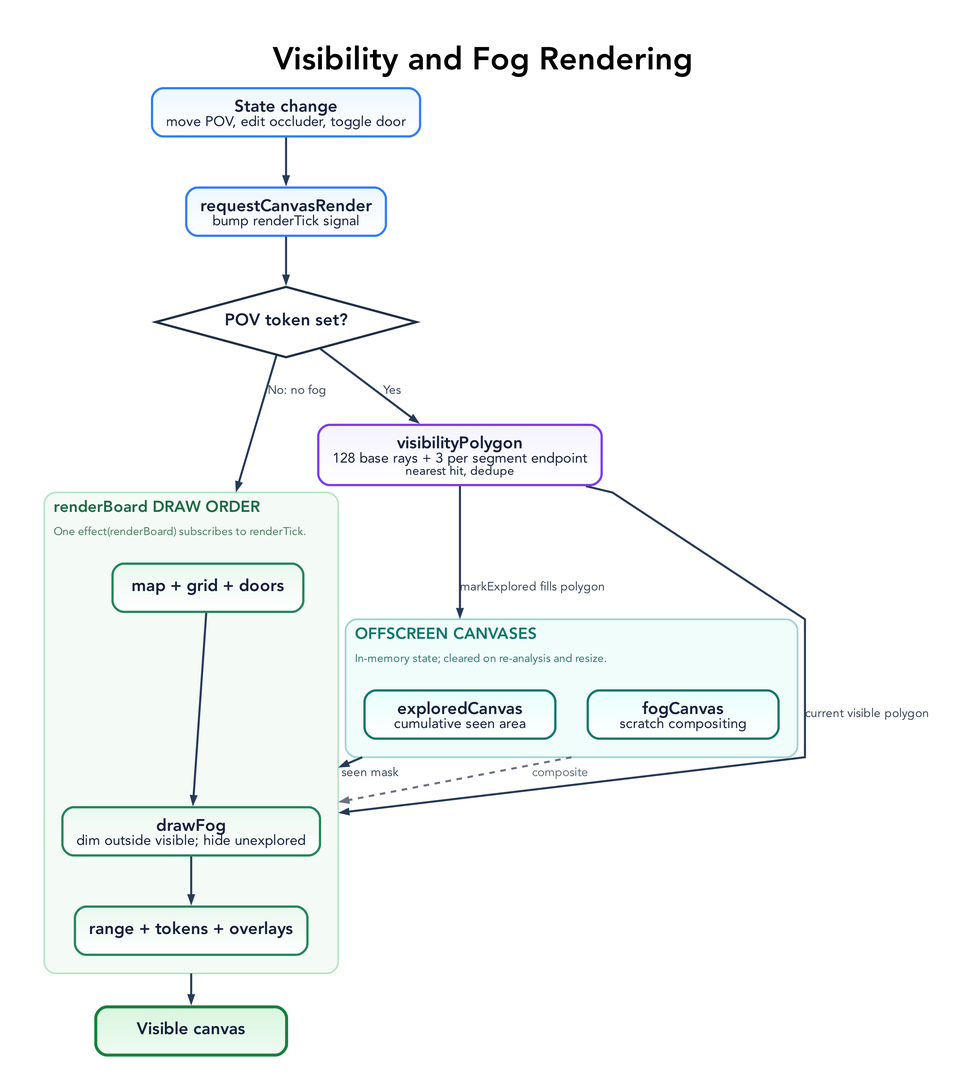
The Graphviz diagram docs/diagrams/visibility-and-fog.png in rgilks/line-of-sight, before a commit. Its source is kept beside it as docs/diagrams/visibility-and-fog.dot.
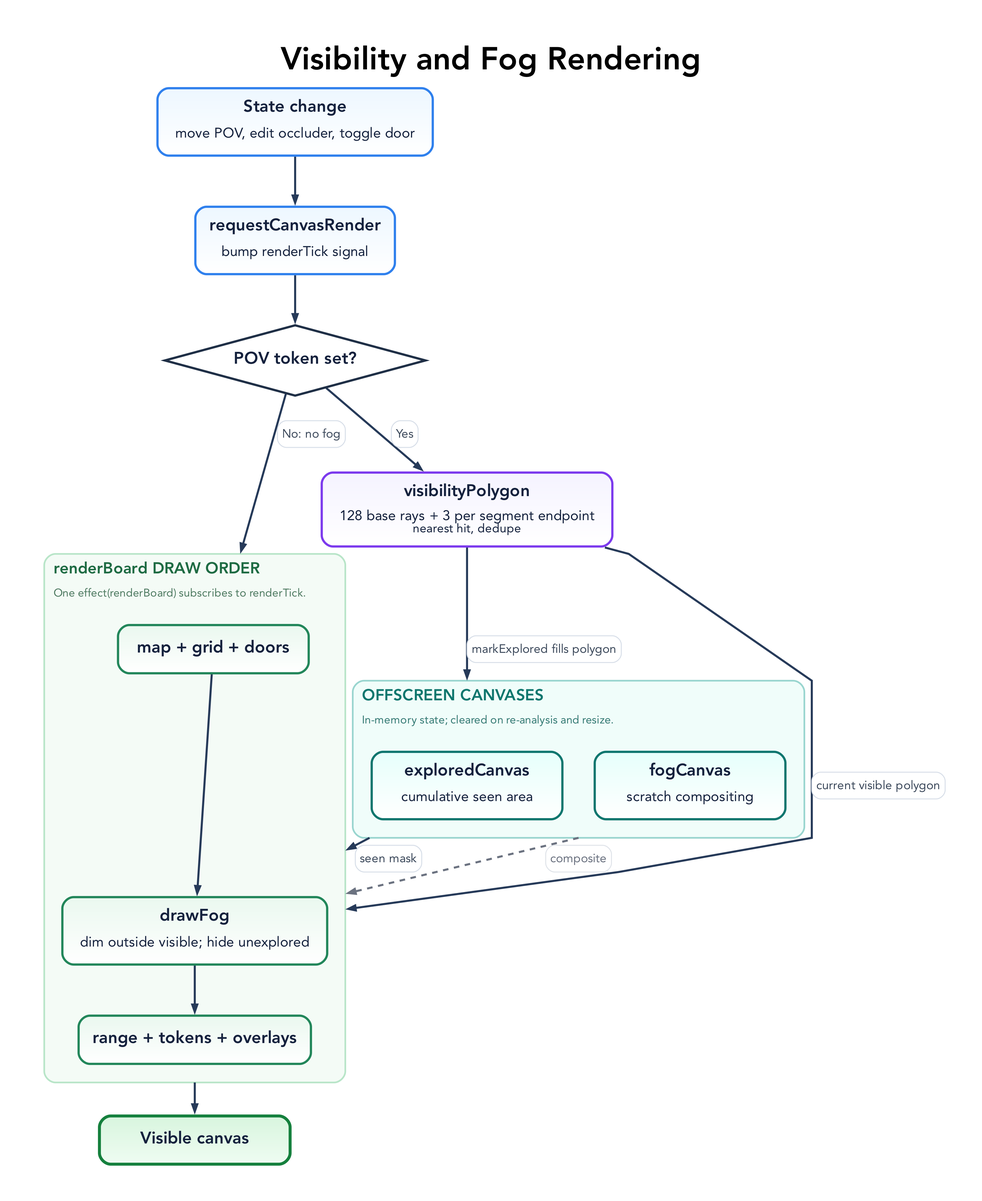
Above is the later version.

Diff of the diagram source:
```diff
@@ -45,8 +45,8 @@
     arrowsize=0.78
   ];
 
-  T [label=<<B>State change</B><BR/><FONT POINT-SIZE="15">move POV, edit occluder, toggle door</FONT>>, fillcolor="#edf7ff:#ffffff", color="#2f80ed"];
-  RC [label=<<B>requestCanvasRender</B><BR/><FONT POINT-SIZE="15">bump renderTick signal</FONT>>, fillcolor="#edf7ff:#ffffff", color="#2f80ed"];
+  T [label=<<TABLE BORDER="0" CELLBORDER="0" CELLSPACING="0" CELLPADDING="0"><TR><TD><B>State change</B></TD></TR><TR><TD CELLPADDING="4"><FONT POINT-SIZE="15">move POV, edit occluder, toggle door</FONT></TD></TR></TABLE>>, fillcolor="#edf7ff:#ffffff", color="#2f80ed"];
+  RC [label=<<TABLE BORDER="0" CELLBORDER="0" CELLSPACING="0" CELLPADDING="0"><TR><TD><B>requestCanvasRender</B></TD></TR><TR><TD CELLPADDING="4"><FONT POINT-SIZE="15">bump renderTick signal</FONT></TD></TR></TABLE>>, fillcolor="#edf7ff:#ffffff", color="#2f80ed"];
 
   POV [
     label=<<B>POV token set?</B>>,
@@ -60,7 +60,7 @@
   ];
 
   VP [
-    label=<<B>visibilityPolygon</B><BR/><FONT POINT-SIZE="15">128 base rays + 3 per segment endpoint</FONT><BR/><FONT POINT-SIZE="13">nearest hit, dedupe</FONT>>,
+    label=<<TABLE BORDER="0" CELLBORDER="0" CELLSPACING="0" CELLPADDING="0"><TR><TD><B>visibilityPolygon</B></TD></TR><TR><TD CELLPADDING="4"><FONT POINT-SIZE="15">128 base rays + 3 per segment endpoint</FONT><BR/><FONT POINT-SIZE="13">nearest hit, dedupe</FONT></TD></TR></TABLE>>,
     fillcolor="#f5f3ff:#ffffff",
     color="#7c3aed",
     width=3.4
@@ -83,8 +83,8 @@
       margin=20
     ];
 
-    EX [label=<<B>exploredCanvas</B><BR/><FONT POINT-SIZE="15">cumulative seen area</FONT>>, fillcolor="#e6fffb:#ffffff", color="#0f766e"];
-    FOG [label=<<B>fogCanvas</B><BR/><FONT POINT-SIZE="15">scratch compositing</FONT>>, fillcolor="#e6fffb:#ffffff", color="#0f766e"];
+    EX [label=<<TABLE BORDER="0" CELLBORDER="0" CELLSPACING="0" CELLPADDING="0"><TR><TD><B>exploredCanvas</B></TD></TR><TR><TD CELLPADDING="4"><FONT POINT-SIZE="15">cumulative seen area</FONT></TD></TR></TABLE>>, fillcolor="#e6fffb:#ffffff", color="#0f766e"];
+    FOG [label=<<TABLE BORDER="0" CELLBORDER="0" CELLSPACING="0" CELLPADDING="0"><TR><TD><B>fogCanvas</B></TD></TR><TR><TD CELLPADDING="4"><FONT POINT-SIZE="15">scratch compositing</FONT></TD></TR></TABLE>>, fillcolor="#e6fffb:#ffffff", color="#0f766e"];
   }
 
   subgraph cluster_render {
@@ -105,7 +105,7 @@
     ];
 
     R1 [label=<<B>map + grid + doors</B>>, fillcolor="#eaf8ef:#ffffff", color="#22865a"];
-    R2 [label=<<B>drawFog</B><BR/><FONT POINT-SIZE="15">dim outside visible; hide unexplored</FONT>>, fillcolor="#eaf8ef:#ffffff", color="#22865a"];
+    R2 [label=<<TABLE BORDER="0" CELLBORDER="0" CELLSPACING="0" CELLPADDING="0"><TR><TD><B>drawFog</B></TD></TR><TR><TD CELLPADDING="4"><FONT POINT-SIZE="15">dim outside visible; hide unexplored</FONT></TD></TR></TABLE>>, fillcolor="#eaf8ef:#ffffff", color="#22865a"];
     R3 [label=<<B>range + tokens + overlays</B>>, fillcolor="#eaf8ef:#ffffff", color="#22865a"];
 
     R1 -> R2 -> R3;
@@ -119,11 +119,11 @@
   ];
 
   T -> RC -> POV;
-  POV -> VP [label="Yes"];
-  POV -> R1 [label="No: no fog", lhead=cluster_render];
-  VP -> EX [label="markExplored fills polygon", lhead=cluster_canvases];
-  VP -> R2 [label="current visible polygon", lhead=cluster_render];
-  EX -> R2 [label="seen mask", ltail=cluster_canvases, lhead=cluster_render];
-  FOG -> R2 [label="composite", ltail=cluster_canvases, lhead=cluster_render, style=dashed, color="#6b7280", fontcolor="#6b7280"];
+  POV -> VP [label=<<TABLE BORDER="1" CELLBORDER="0" STYLE="ROUNDED" COLOR="#d7dee8" BGCOLOR="#ffffff" CELLSPACING="0" CELLPADDING="4"><TR><TD><FONT POINT-SIZE="13" COLOR="#3d4a5c">Yes</FONT></TD></TR></TABLE>>];
+  POV -> R1 [label=<<TABLE BORDER="1" CELLBORDER="0" STYLE="ROUNDED" COLOR="#d7dee8" BGCOLOR="#ffffff" CELLSPACING="0" CELLPADDING="4"><TR><TD><FONT POINT-SIZE="13" COLOR="#3d4a5c">No: no fog</FONT></TD></TR></TABLE>>, lhead=cluster_render];
+  VP -> EX [label=<<TABLE BORDER="1" CELLBORDER="0" STYLE="ROUNDED" COLOR="#d7dee8" BGCOLOR="#ffffff" CELLSPACING="0" CELLPADDING="4"><TR><TD><FONT POINT-SIZE="13" COLOR="#3d4a5c">markExplored fills polygon</FONT></TD></TR></TABLE>>, lhead=cluster_canvases];
+  VP -> R2 [label=<<TABLE BORDER="1" CELLBORDER="0" STYLE="ROUNDED" COLOR="#d7dee8" BGCOLOR="#ffffff" CELLSPACING="0" CELLPADDING="4"><TR><TD><FONT POINT-SIZE="13" COLOR="#3d4a5c">current visible polygon</FONT></TD></TR></TABLE>>, lhead=cluster_render];
+  EX -> R2 [label=<<TABLE BORDER="1" CELLBORDER="0" STYLE="ROUNDED" COLOR="#d7dee8" BGCOLOR="#ffffff" CELLSPACING="0" CELLPADDING="4"><TR><TD><FONT POINT-SIZE="13" COLOR="#3d4a5c">seen mask</FONT></TD></TR></TABLE>>, ltail=cluster_canvases, lhead=cluster_render];
+  FOG -> R2 [label=<<TABLE BORDER="1" CELLBORDER="0" STYLE="ROUNDED" COLOR="#dfe3e9" BGCOLOR="#ffffff" CELLSPACING="0" CELLPADDING="4"><TR><TD><FONT POINT-SIZE="13" COLOR="#6b7280">composite</FONT></TD></TR></TABLE>>, ltail=cluster_canvases, lhead=cluster_render, style=dashed, color="#6b7280", fontcolor="#6b7280"];
   R3 -> OUT [ltail=cluster_render];
 }
```
